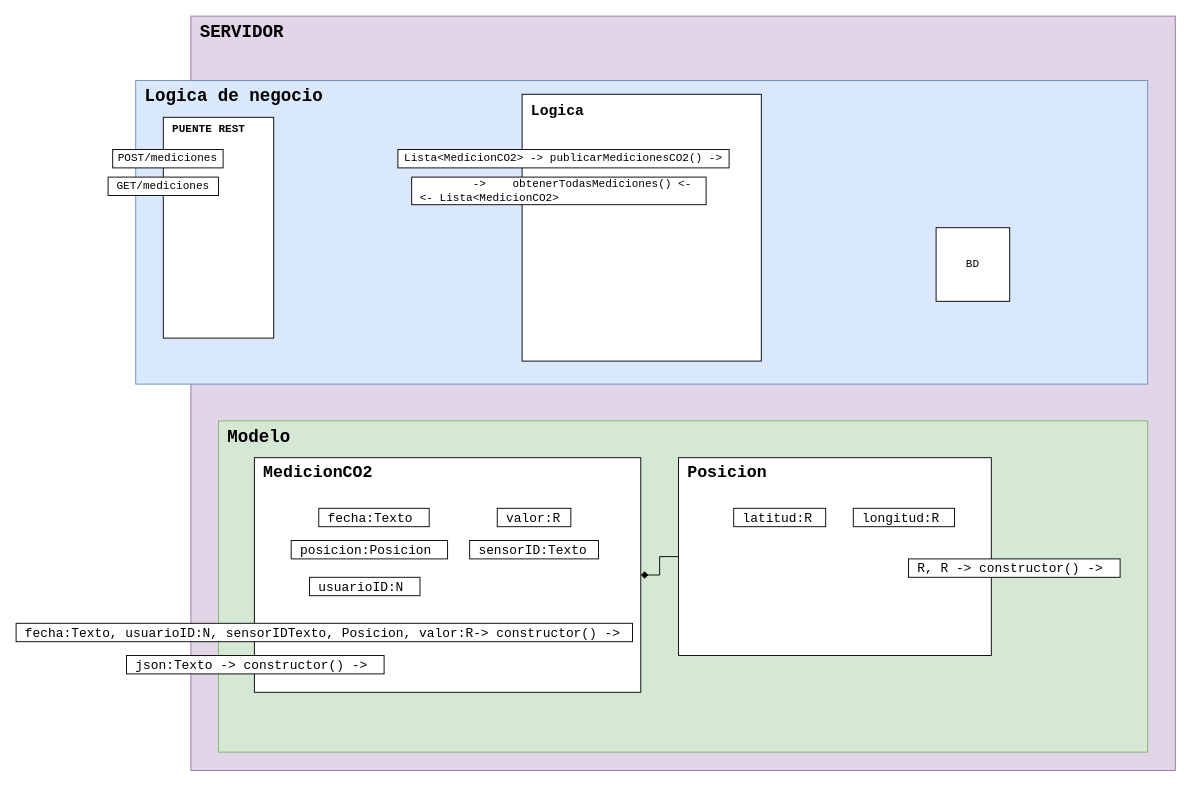
GTI-3A-Pure-Life/Pure-Life-WebApp keeps this draw.io diagram as doc/DiseñoServidor.drawio. Above is the earlier version. Source tidied: cells renumbered, new cells numbered last; positions are measured from the earlier drawing's top-left corner, leaving out a move shared by most shapes. Both pictures are drawn from the tidied source at 92%, with x=0, y=0 at pixel (16, 16).
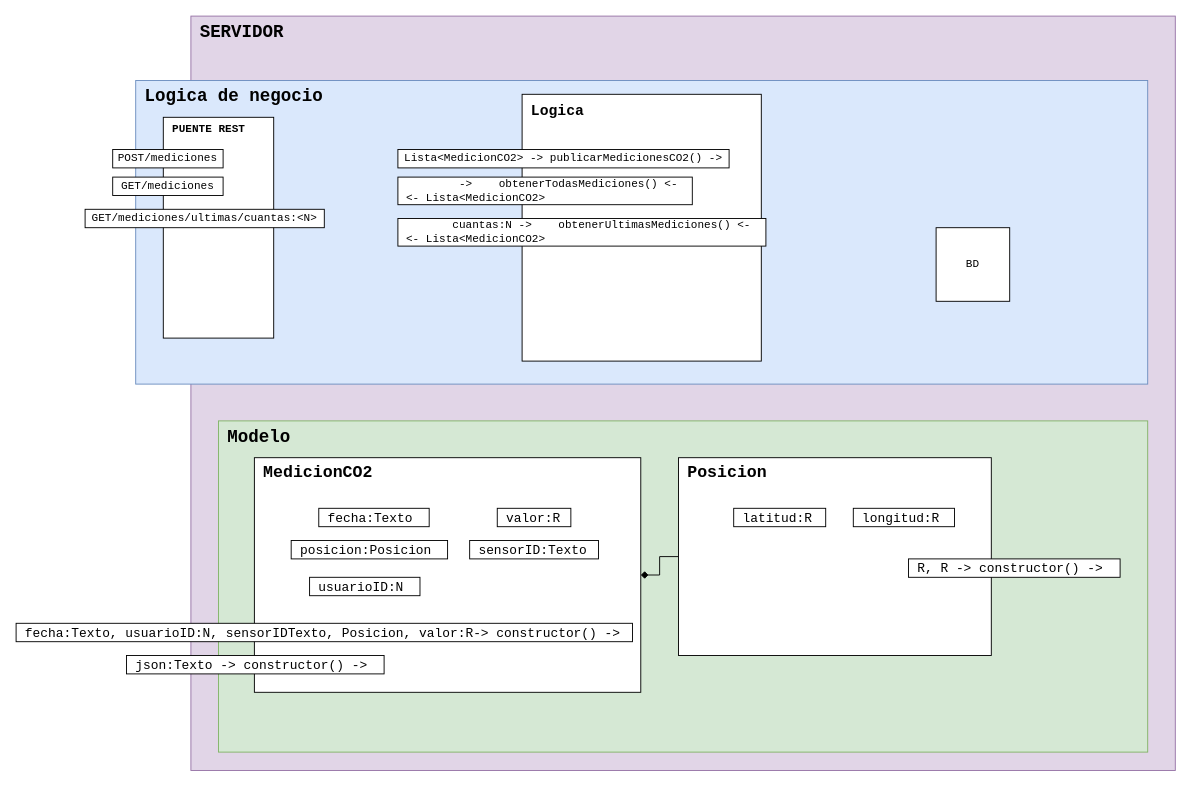
The same page after the edit.

Change to the diagram source:
```diff
@@
     <mxCell id="8" value="&amp;nbsp; &amp;nbsp; &amp;nbsp; &amp;nbsp; &amp;nbsp;-&amp;gt;&amp;nbsp; &amp;nbsp; obtenerTodasMediciones() &amp;lt;- &lt;br&gt;&amp;nbsp;&amp;lt;- Lista&amp;lt;MedicionCO2&amp;gt;" style="rounded=0;whiteSpace=wrap;html=1;fontFamily=Courier New;align=left;" parent="1" vertex="1">
-      <mxGeometry x="430" y="175" width="320" height="30" as="geometry" />
+      <mxGeometry x="415" y="175" width="320" height="30" as="geometry" />
     </mxCell>
@@
     <mxCell id="10" value="GET/mediciones" style="rounded=0;whiteSpace=wrap;html=1;fontFamily=Courier New;" parent="1" vertex="1">
-      <mxGeometry x="100" y="175" width="120" height="20" as="geometry" />
+      <mxGeometry x="105" y="175" width="120" height="20" as="geometry" />
     </mxCell>
@@
+    <mxCell id="25" value="&amp;nbsp; &amp;nbsp; &amp;nbsp; &amp;nbsp; cuantas:N -&amp;gt;&amp;nbsp; &amp;nbsp; obtenerUltimasMediciones() &amp;lt;- &lt;br&gt;&amp;nbsp;&amp;lt;- Lista&amp;lt;MedicionCO2&amp;gt;" style="rounded=0;whiteSpace=wrap;html=1;fontFamily=Courier New;align=left;" parent="1" vertex="1">
+      <mxGeometry x="415" y="220" width="400" height="30" as="geometry" />
+    </mxCell>
+    <mxCell id="26" value="GET/mediciones/ultimas/cuantas:&amp;lt;N&amp;gt;" style="rounded=0;whiteSpace=wrap;html=1;fontFamily=Courier New;" parent="1" vertex="1">
+      <mxGeometry x="75" y="210" width="260" height="20" as="geometry" />
+    </mxCell>
```
